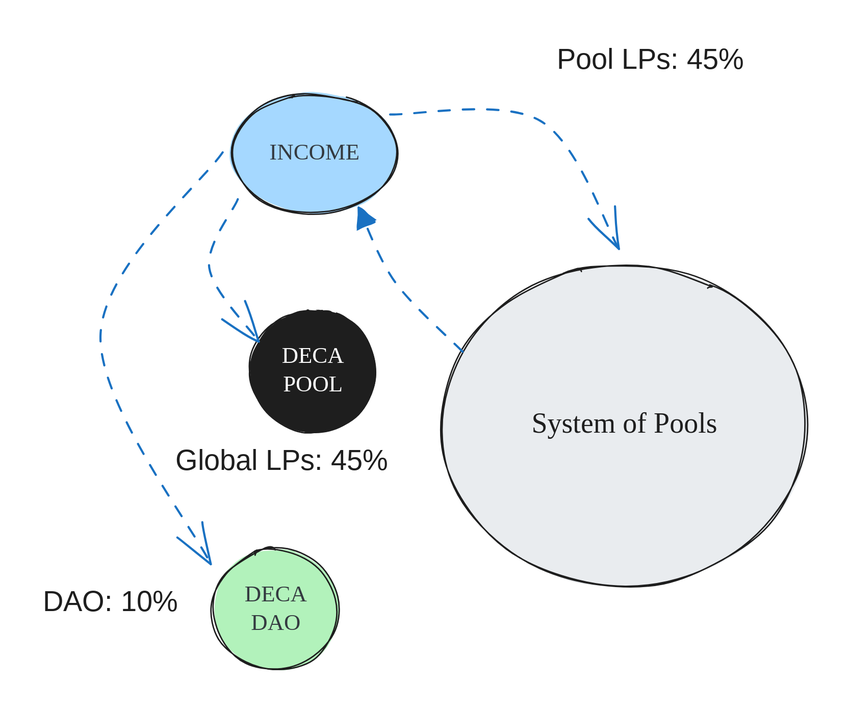
The Excalidraw diagram .gitbook/assets/file.excalidraw (1).svg in decaswap-labs/docs, before a commit. Source tidied: one line per element, renumbered; positions are measured from the earlier drawing's top-left corner, leaving out a move shared by most shapes. Source of this version:
```json
{"id": 0, "type": "ellipse", "strokeColor": "#1e1e1e", "backgroundColor": "#e9ecef", "fillStyle": "solid", "strokeWidth": 1, "roughness": 1, "round": true, "x": 279, "y": 156, "width": 256, "height": 225}
{"id": 1, "type": "text", "text": "System of Pools", "strokeColor": "#1e1e1e", "strokeWidth": 1, "strokeStyle": "dashed", "roughness": 0, "fontSize": 20, "fontFamily": 5, "textAlign": "center", "verticalAlign": "middle", "inside": 0, "x": 342, "y": 255, "width": 130, "height": 25}
{"id": 2, "type": "ellipse", "strokeColor": "#1e1e1e", "backgroundColor": "#1e1e1e", "fillStyle": "solid", "strokeWidth": 1, "roughness": 1, "round": true, "x": 145, "y": 188, "width": 88, "height": 85}
{"id": 3, "type": "text", "text": "DECA\nPOOL", "strokeColor": "#ffffff", "backgroundColor": "#b2f2bb", "fillStyle": "solid", "strokeWidth": 1, "roughness": 0, "fontSize": 16, "fontFamily": 5, "textAlign": "center", "verticalAlign": "middle", "inside": 2, "x": 167, "y": 210, "width": 44, "height": 40}
{"id": 4, "type": "ellipse", "strokeColor": "#1e1e1e", "backgroundColor": "#b2f2bb", "fillStyle": "solid", "strokeWidth": 1, "roughness": 1, "round": true, "x": 119, "y": 354, "width": 88, "height": 85}
{"id": 5, "type": "text", "text": "DECA\nDAO", "strokeColor": "#343a40", "backgroundColor": "#b2f2bb", "fillStyle": "solid", "strokeWidth": 1, "roughness": 0, "fontSize": 16, "fontFamily": 5, "textAlign": "center", "verticalAlign": "middle", "inside": 4, "x": 141, "y": 377, "width": 44, "height": 40}
{"id": 6, "type": "ellipse", "strokeColor": "#1e1e1e", "backgroundColor": "#a5d8ff", "fillStyle": "solid", "strokeWidth": 1, "roughness": 1, "round": true, "x": 132, "y": 36, "width": 116, "height": 84}
{"id": 7, "type": "text", "text": "INCOME", "strokeColor": "#343a40", "backgroundColor": "#b2f2bb", "fillStyle": "solid", "strokeWidth": 1, "roughness": 0, "fontSize": 16, "fontFamily": 5, "textAlign": "center", "verticalAlign": "middle", "inside": 6, "x": 159, "y": 67, "width": 63, "height": 20}
{"id": 8, "type": "arrow", "strokeColor": "#1971c2", "backgroundColor": "#a5d8ff", "fillStyle": "solid", "strokeWidth": 1, "strokeStyle": "dashed", "roughness": 1, "endArrowhead": "triangle", "round": true, "from": 0, "to": 6, "x": 293, "y": 215, "width": 71, "height": 100, "points": [[0, 0], [-46, -47], [-71, -100]]}
{"id": 9, "type": "arrow", "strokeColor": "#1971c2", "angle": 3.11, "backgroundColor": "#b2f2bb", "fillStyle": "solid", "strokeWidth": 1, "strokeStyle": "dashed", "roughness": 1, "endArrowhead": "arrow", "round": true, "from": 6, "to": 2, "x": 127, "y": 210, "width": 33, "height": 102, "points": [[0, 0], [22, -48], [-11, -102]]}
{"id": 10, "type": "arrow", "strokeColor": "#1971c2", "angle": 3.11, "backgroundColor": "#b2f2bb", "fillStyle": "solid", "strokeWidth": 1, "strokeStyle": "dashed", "roughness": 1, "endArrowhead": "arrow", "round": true, "from": 6, "to": 0, "x": 403, "y": 147, "width": 159, "height": 99, "points": [[0, 0], [-105, -8], [-159, -99]]}
{"id": 11, "type": "arrow", "strokeColor": "#1971c2", "angle": 3.11, "backgroundColor": "#b2f2bb", "fillStyle": "solid", "strokeWidth": 1, "strokeStyle": "dashed", "roughness": 1, "endArrowhead": "arrow", "round": true, "from": 6, "to": 4, "x": 42, "y": 365, "width": 88, "height": 287, "points": [[0, 0], [88, -125], [16, -287]]}
{"id": 12, "type": "text", "text": "Pool LPs: 45%", "strokeColor": "#1e1e1e", "strokeWidth": 2, "roughness": 1, "fontSize": 20, "fontFamily": 1, "x": 360, "y": 0, "width": 145, "height": 25}
{"id": 13, "type": "text", "text": "DAO: 10%", "strokeColor": "#1e1e1e", "strokeWidth": 2, "roughness": 1, "fontSize": 20, "fontFamily": 1, "x": 0, "y": 380, "width": 96, "height": 25}
{"id": 14, "type": "text", "text": "Global LPs: 45%", "strokeColor": "#1e1e1e", "strokeWidth": 2, "roughness": 1, "fontSize": 20, "fontFamily": 1, "x": 93, "y": 281, "width": 166, "height": 25}
```
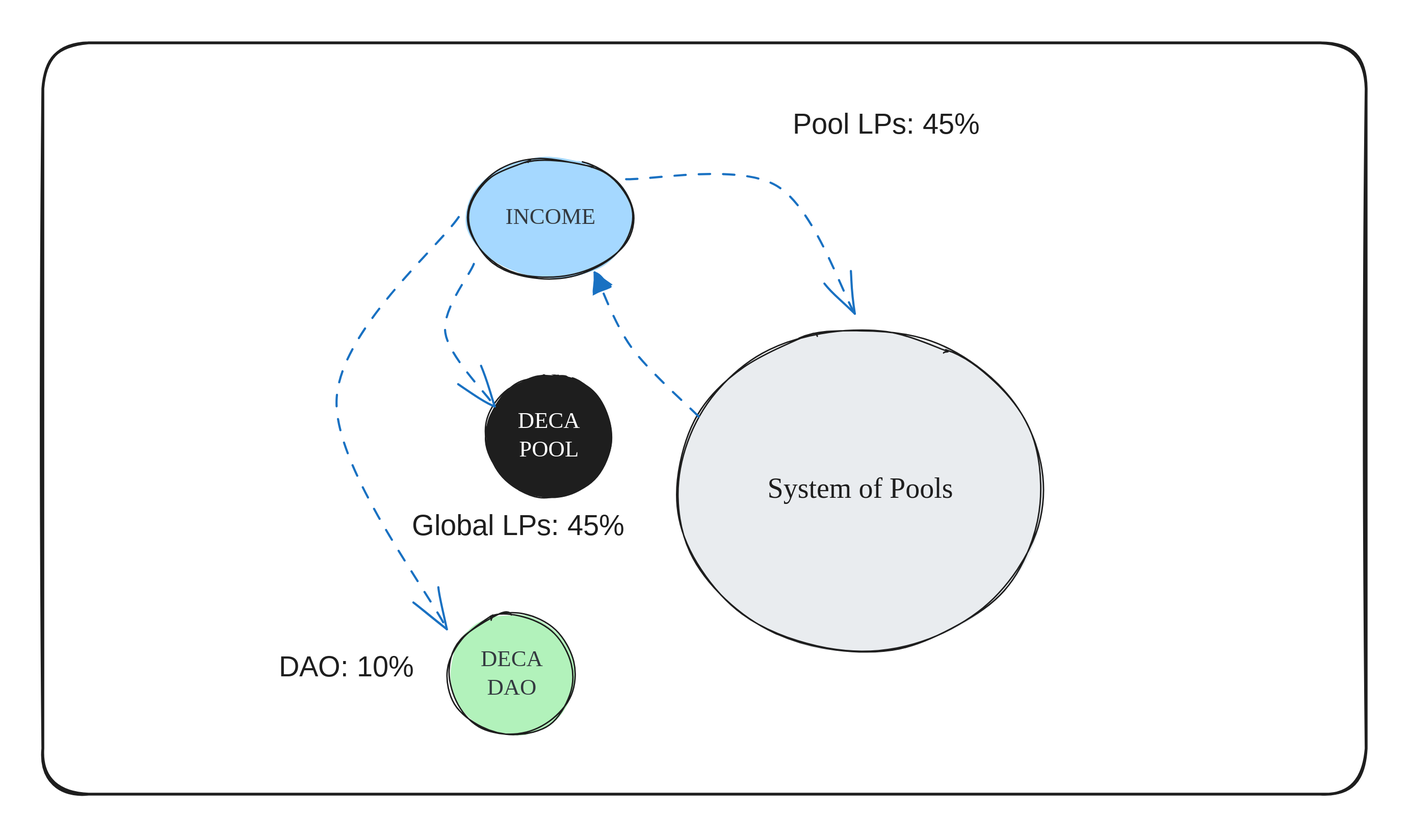
After the change.

Change to the diagram source:
```diff
@@ -13,3 +13,4 @@
 {"id": 12, "type": "text", "text": "Pool LPs: 45%", "strokeColor": "#1e1e1e", "strokeWidth": 2, "roughness": 1, "fontSize": 20, "fontFamily": 1, "x": 360, "y": 0, "width": 145, "height": 25}
 {"id": 13, "type": "text", "text": "DAO: 10%", "strokeColor": "#1e1e1e", "strokeWidth": 2, "roughness": 1, "fontSize": 20, "fontFamily": 1, "x": 0, "y": 380, "width": 96, "height": 25}
 {"id": 14, "type": "text", "text": "Global LPs: 45%", "strokeColor": "#1e1e1e", "strokeWidth": 2, "roughness": 1, "fontSize": 20, "fontFamily": 1, "x": 93, "y": 281, "width": 166, "height": 25}
+{"id": 15, "type": "rectangle", "strokeColor": "#1e1e1e", "strokeWidth": 2, "roughness": 1, "round": true, "x": -165, "y": -45, "width": 927, "height": 526}
```
